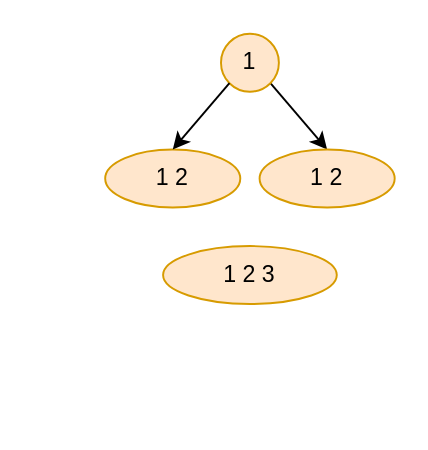
Above: Untitled Diagram.drawio in NaphtholMizuha/PicForMD (draw.io), before the change. Source tidied: cells renumbered, new cells numbered last; positions are measured from the earlier drawing's top-left corner, leaving out a move shared by most shapes. Both pictures are drawn from the tidied source at 193%, with x=0, y=0 at pixel (104, 33).
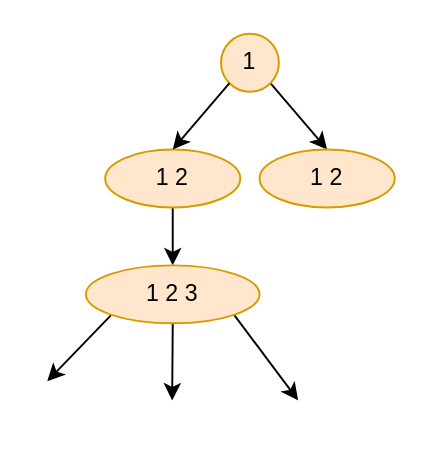
After the change.

The edit, as a diff of the source:
```diff
@@
 <mxGraphModel>
   <root>
     <mxCell id="0" />
     <mxCell id="1" parent="0" />
     <mxCell id="2" style="rounded=0;jettySize=auto;html=1;exitX=1;exitY=1;exitDx=0;exitDy=0;entryX=0.5;entryY=0;entryDx=0;entryDy=0;" parent="1" edge="1" source="3" target="6">
       <mxGeometry relative="1" as="geometry" />
     </mxCell>
     <mxCell id="3" value="1" style="ellipse;whiteSpace=wrap;html=1;fillColor=#ffe6cc;strokeColor=#d79b00;" parent="1" vertex="1">
       <mxGeometry x="60" width="30" height="30" as="geometry" />
     </mxCell>
+    <mxCell id="8" style="edgeStyle=none;rounded=0;jettySize=auto;html=1;exitX=0.5;exitY=1;exitDx=0;exitDy=0;entryX=0.5;entryY=0;entryDx=0;entryDy=0;" parent="1" edge="1" source="4" target="7">
+      <mxGeometry relative="1" as="geometry" />
+    </mxCell>
     <mxCell id="4" value="1&lt;span style=&quot;white-space: pre&quot;&gt; 2&lt;/span&gt;" style="ellipse;whiteSpace=wrap;html=1;fillColor=#ffe6cc;strokeColor=#d79b00;" parent="1" vertex="1">
       <mxGeometry y="60" width="70" height="30" as="geometry" />
     </mxCell>
     <mxCell id="5" style="endArrow=classic;html=1;rounded=0;exitX=0;exitY=1;exitDx=0;exitDy=0;entryX=0.5;entryY=0;entryDx=0;entryDy=0;" parent="1" edge="1" source="3" target="4">
       <mxGeometry relative="1" as="geometry" />
     </mxCell>
     <mxCell id="6" value="1&lt;span style=&quot;white-space: pre&quot;&gt; 2&lt;/span&gt;" style="ellipse;whiteSpace=wrap;html=1;fillColor=#ffe6cc;strokeColor=#d79b00;" parent="1" vertex="1">
       <mxGeometry x="80" y="60" width="70" height="30" as="geometry" />
     </mxCell>
+    <mxCell id="9" style="edgeStyle=none;rounded=0;jettySize=auto;html=1;exitX=0;exitY=1;exitDx=0;exitDy=0;" parent="1" edge="1" source="7">
+      <mxGeometry relative="1" as="geometry">
+        <mxPoint x="-30" y="180" as="targetPoint" />
+      </mxGeometry>
+    </mxCell>
+    <mxCell id="10" style="edgeStyle=none;rounded=0;jettySize=auto;html=1;exitX=0.5;exitY=1;exitDx=0;exitDy=0;" parent="1" edge="1" source="7">
+      <mxGeometry relative="1" as="geometry">
+        <mxPoint x="34.7" y="190" as="targetPoint" />
+      </mxGeometry>
+    </mxCell>
+    <mxCell id="11" style="edgeStyle=none;rounded=0;jettySize=auto;html=1;exitX=1;exitY=1;exitDx=0;exitDy=0;" parent="1" edge="1" source="7">
+      <mxGeometry relative="1" as="geometry">
+        <mxPoint x="100" y="190" as="targetPoint" />
+      </mxGeometry>
+    </mxCell>
     <mxCell id="7" value="1&lt;span style=&quot;white-space: pre&quot;&gt; 2&lt;span style=&quot;white-space: pre&quot;&gt; 3&lt;/span&gt;&lt;/span&gt;" style="ellipse;whiteSpace=wrap;html=1;fillColor=#ffe6cc;strokeColor=#d79b00;" parent="1" vertex="1">
-      <mxGeometry x="30" y="110" width="90" height="30" as="geometry" />
+      <mxGeometry x="-10" y="120" width="90" height="30" as="geometry" />
     </mxCell>
   </root>
 </mxGraphModel>
```
